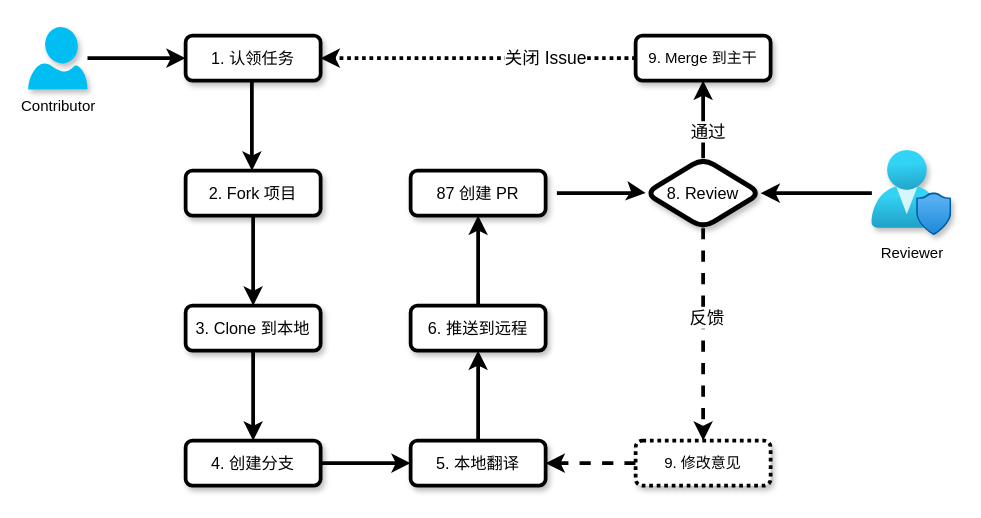
Earlier version of the draw.io diagram docs/WORKFLOW.drawio (alc-beijing/translation). Source tidied: cells renumbered, new cells numbered last; positions are measured from the earlier drawing's top-left corner, leaving out a move shared by most shapes. Both pictures are drawn from the tidied source at 125%, with x=0, y=0 at pixel (28, 26).
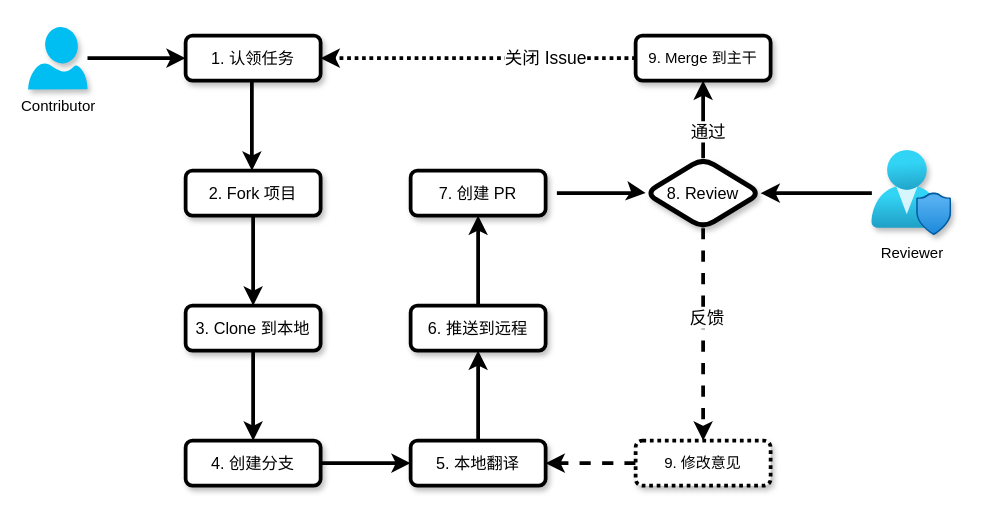
The same page after the edit.

Commit message (it also covers changes not shown here):
Fix workflow diagram. (#46)

Change to the diagram source:
```diff
@@
-    <mxCell id="19" value="&lt;span style=&quot;font-size: 13px&quot;&gt;87 创建 PR&lt;/span&gt;" style="rounded=1;whiteSpace=wrap;html=1;strokeWidth=3;shadow=1;sketch=0;glass=0;" parent="1" vertex="1">
+    <mxCell id="19" value="&lt;span style=&quot;font-size: 13px&quot;&gt;7. 创建 PR&lt;/span&gt;" style="rounded=1;whiteSpace=wrap;html=1;strokeWidth=3;shadow=1;sketch=0;glass=0;" parent="1" vertex="1">
       <mxGeometry x="306" y="115" width="108" height="36" as="geometry" />
     </mxCell>
```
